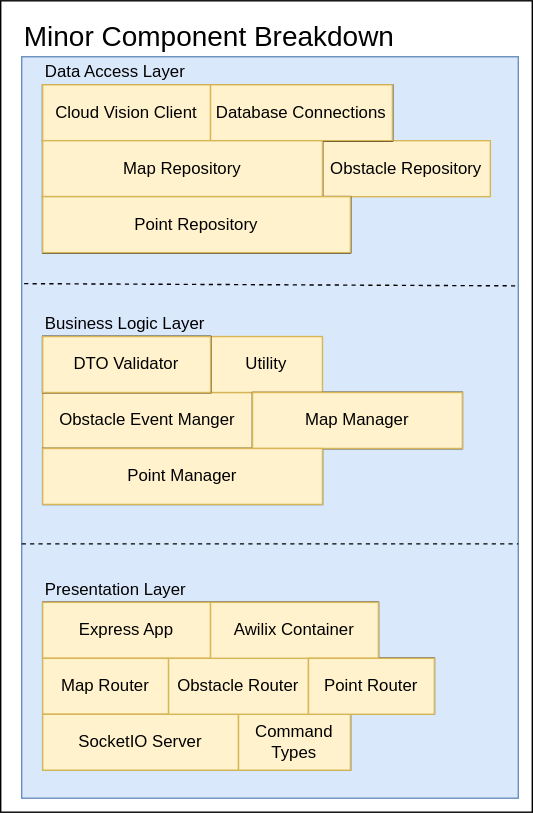
WallE-corp/Wall-e-documentation keeps this draw.io diagram as assets/node_application_tree_view.svg. Above is the earlier version. Source tidied: cells renumbered, new cells last; positions are measured from the earlier drawing's top-left corner, leaving out a move shared by most shapes.
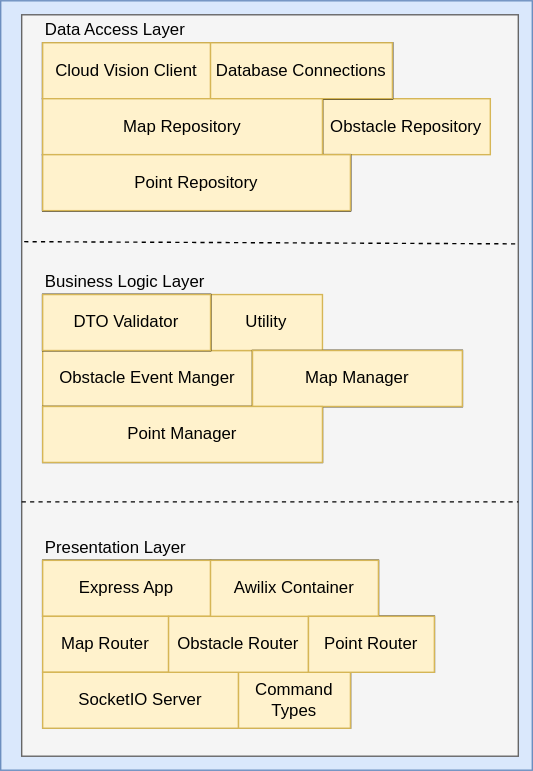
After the commit.

Change to the diagram source:
```diff
@@ -2,10 +2,10 @@
   <root>
     <mxCell id="0" />
     <mxCell id="1" parent="0" />
-    <mxCell id="2" style="rounded=0;whiteSpace=wrap;html=1;fontSize=20;" parent="1" vertex="1">
-      <mxGeometry width="380" height="580" as="geometry" />
+    <mxCell id="2" style="rounded=0;whiteSpace=wrap;html=1;fontSize=20;fillColor=#dae8fc;strokeColor=#6c8ebf;" parent="1" vertex="1">
+      <mxGeometry y="30" width="380" height="550" as="geometry" />
     </mxCell>
-    <mxCell id="3" style="rounded=0;whiteSpace=wrap;html=1;fillColor=#dae8fc;strokeColor=#6c8ebf;" parent="1" vertex="1">
+    <mxCell id="3" style="rounded=0;whiteSpace=wrap;html=1;fillColor=#f5f5f5;strokeColor=#666666;fontColor=#333333;" parent="1" vertex="1">
       <mxGeometry x="15" y="40" width="355" height="530" as="geometry" />
     </mxCell>
     <mxCell id="4" value="Cloud Vision Client" style="rounded=0;whiteSpace=wrap;html=1;" parent="1" vertex="1">
@@ -173,8 +173,5 @@
     <mxCell id="58" value="Point Repository" style="rounded=0;whiteSpace=wrap;html=1;fillColor=#fff2cc;strokeColor=#d6b656;" parent="1" vertex="1">
       <mxGeometry x="30" y="140" width="220" height="40" as="geometry" />
     </mxCell>
-    <mxCell id="59" value="Minor Component Breakdown" style="text;html=1;strokeColor=none;fillColor=none;align=left;verticalAlign=bottom;whiteSpace=wrap;rounded=0;horizontal=1;fontSize=20;" parent="1" vertex="1">
-      <mxGeometry x="15" y="10" width="330" height="30" as="geometry" />
-    </mxCell>
   </root>
 </mxGraphModel>
```
